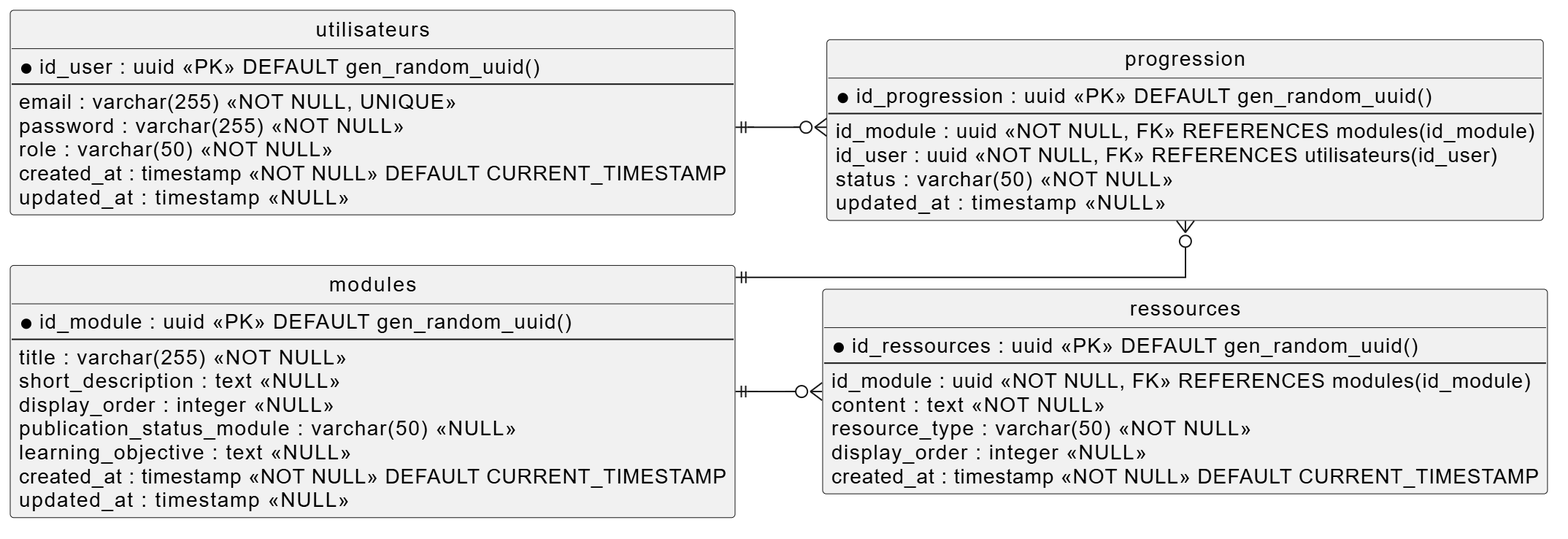
Above: docs/diagrams/mpd.png in Khadija-diop/Projet-chef-d-uvre-MicroSaaS (PlantUML), before the change. Its source is kept beside it as docs/diagrams/mpd.puml.
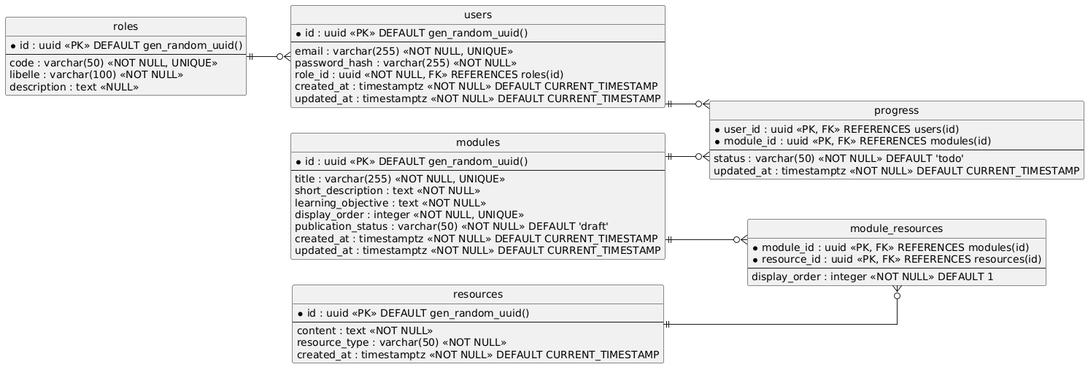
After the commit.

What changed in the source:
```diff
@@ -11,49 +11,63 @@
 }
 
 
-entity "utilisateurs" as utilisateurs {
-  * id_user : uuid <<PK>> DEFAULT gen_random_uuid()
+entity "roles" as roles {
+  * id : uuid <<PK>> DEFAULT gen_random_uuid()
+  --
+  code : varchar(50) <<NOT NULL, UNIQUE>>
+  libelle : varchar(100) <<NOT NULL>>
+  description : text <<NULL>>
+}
+
+entity "users" as users {
+  * id : uuid <<PK>> DEFAULT gen_random_uuid()
   --
   email : varchar(255) <<NOT NULL, UNIQUE>>
-  password : varchar(255) <<NOT NULL>>
-  role : varchar(50) <<NOT NULL>>
-  created_at : timestamp <<NOT NULL>> DEFAULT CURRENT_TIMESTAMP
-  updated_at : timestamp <<NULL>>
+  password_hash : varchar(255) <<NOT NULL>>
+  role_id : uuid <<NOT NULL, FK>> REFERENCES roles(id)
+  created_at : timestamptz <<NOT NULL>> DEFAULT CURRENT_TIMESTAMP
+  updated_at : timestamptz <<NOT NULL>> DEFAULT CURRENT_TIMESTAMP
 }
 
 entity "modules" as modules {
-  * id_module : uuid <<PK>> DEFAULT gen_random_uuid()
+  * id : uuid <<PK>> DEFAULT gen_random_uuid()
   --
-  title : varchar(255) <<NOT NULL>>
-  short_description : text <<NULL>>
-  display_order : integer <<NULL>>
-  publication_status_module : varchar(50) <<NULL>>
-  learning_objective : text <<NULL>>
-  created_at : timestamp <<NOT NULL>> DEFAULT CURRENT_TIMESTAMP
-  updated_at : timestamp <<NULL>>
+  title : varchar(255) <<NOT NULL, UNIQUE>>
+  short_description : text <<NOT NULL>>
+  learning_objective : text <<NOT NULL>>
+  display_order : integer <<NOT NULL, UNIQUE>>
+  publication_status : varchar(50) <<NOT NULL>> DEFAULT 'draft'
+  created_at : timestamptz <<NOT NULL>> DEFAULT CURRENT_TIMESTAMP
+  updated_at : timestamptz <<NOT NULL>> DEFAULT CURRENT_TIMESTAMP
 }
 
-entity "ressources" as ressources {
-  * id_ressources : uuid <<PK>> DEFAULT gen_random_uuid()
+entity "resources" as resources {
+  * id : uuid <<PK>> DEFAULT gen_random_uuid()
   --
-  id_module : uuid <<NOT NULL, FK>> REFERENCES modules(id_module)
   content : text <<NOT NULL>>
   resource_type : varchar(50) <<NOT NULL>>
-  display_order : integer <<NULL>>
-  created_at : timestamp <<NOT NULL>> DEFAULT CURRENT_TIMESTAMP
+  created_at : timestamptz <<NOT NULL>> DEFAULT CURRENT_TIMESTAMP
 }
 
-entity "progression" as progression {
-  * id_progression : uuid <<PK>> DEFAULT gen_random_uuid()
+entity "module_resources" as module_resources {
+  * module_id : uuid <<PK, FK>> REFERENCES modules(id)
+  * resource_id : uuid <<PK, FK>> REFERENCES resources(id)
   --
-  id_module : uuid <<NOT NULL, FK>> REFERENCES modules(id_module)
-  id_user : uuid <<NOT NULL, FK>> REFERENCES utilisateurs(id_user)
-  status : varchar(50) <<NOT NULL>>
-  updated_at : timestamp <<NULL>>
+  display_order : integer <<NOT NULL>> DEFAULT 1
 }
 
-utilisateurs ||--o{ progression
-modules ||--o{ progression
-modules ||--o{ ressources
+entity "progress" as progress {
+  * user_id : uuid <<PK, FK>> REFERENCES users(id)
+  * module_id : uuid <<PK, FK>> REFERENCES modules(id)
+  --
+  status : varchar(50) <<NOT NULL>> DEFAULT 'todo'
+  updated_at : timestamptz <<NOT NULL>> DEFAULT CURRENT_TIMESTAMP
+}
+
+roles ||--o{ users
+users ||--o{ progress
+modules ||--o{ progress
+modules ||--o{ module_resources
+resources ||--o{ module_resources
 
 @enduml
```
